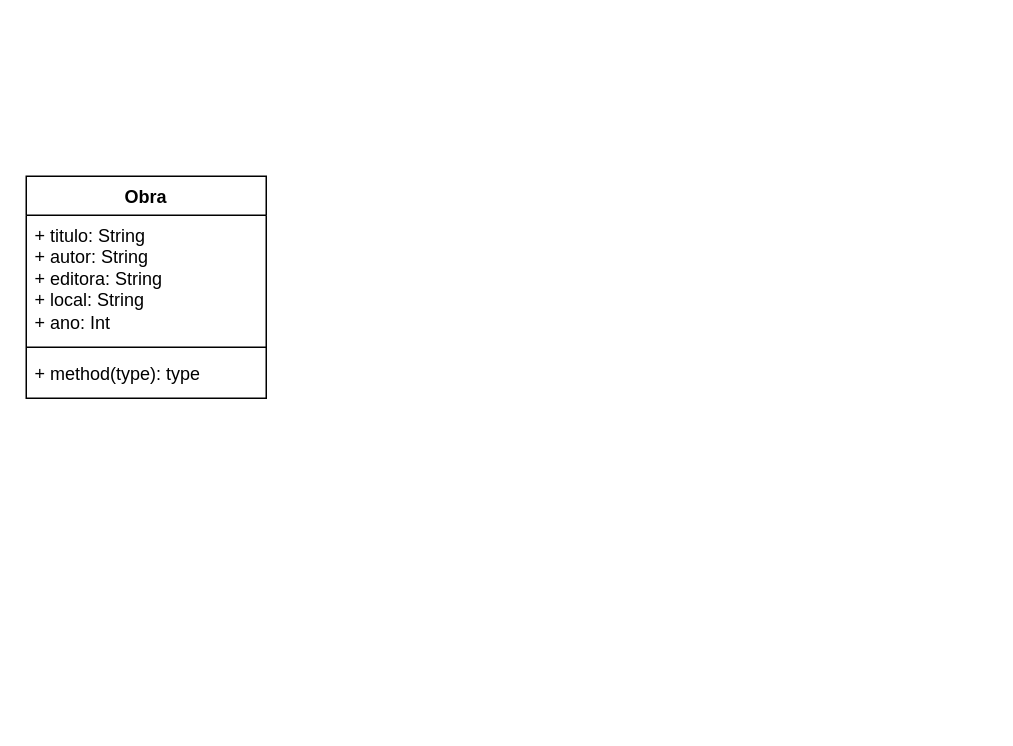
Earlier version of the draw.io diagram Diagrama2.drawio (NicolasEisfeld/Desen-Sistemas-EMI1). Source tidied: cells renumbered, new cells numbered last; positions are measured from the earlier drawing's top-left corner, leaving out a move shared by most shapes. Both pictures are drawn from the tidied source at 150%, with x=0, y=0 at pixel (26, 176).
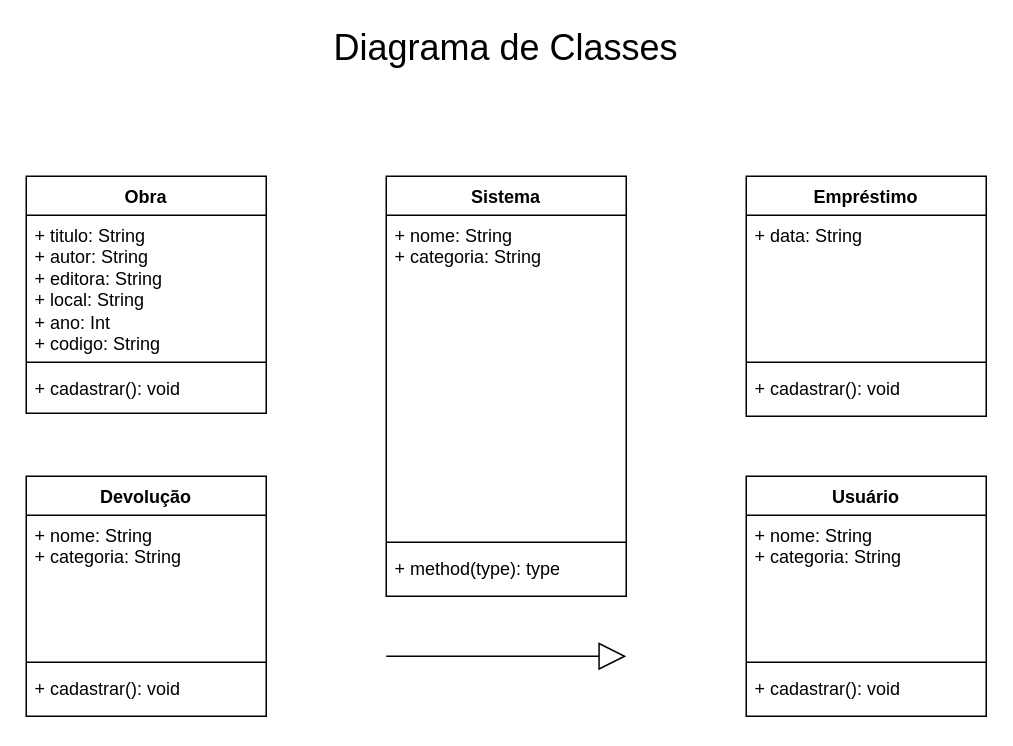
After the change.

What changed in the source:
```diff
@@
     <mxCell id="2" value="Obra" style="swimlane;fontStyle=1;align=center;verticalAlign=top;horizontal=1;startSize=26;whiteSpace=wrap;html=1;" parent="1" vertex="1">
-      <mxGeometry width="160" height="148" as="geometry" />
+      <mxGeometry width="160" height="158" as="geometry" />
     </mxCell>
-    <mxCell id="3" value="+ titulo: String&lt;div&gt;+ autor: String&lt;/div&gt;&lt;div&gt;+ editora: String&lt;/div&gt;&lt;div&gt;+ local: String&lt;/div&gt;&lt;div&gt;+ ano: Int&lt;br&gt;&lt;div&gt;&lt;br&gt;&lt;/div&gt;&lt;/div&gt;" style="text;strokeColor=none;fillColor=none;align=left;verticalAlign=top;spacingLeft=4;spacingRight=4;overflow=hidden;whiteSpace=wrap;html=1;" parent="2" vertex="1">
-      <mxGeometry y="26" width="160" height="84" as="geometry" />
+    <mxCell id="3" value="+ titulo: String&lt;div&gt;+ autor: String&lt;/div&gt;&lt;div&gt;+ editora: String&lt;/div&gt;&lt;div&gt;+ local: String&lt;/div&gt;&lt;div&gt;+ ano: Int&lt;/div&gt;&lt;div&gt;+ codigo: String&lt;br&gt;&lt;div&gt;&lt;br&gt;&lt;/div&gt;&lt;/div&gt;" style="text;strokeColor=none;fillColor=none;align=left;verticalAlign=top;spacingLeft=4;spacingRight=4;overflow=hidden;whiteSpace=wrap;html=1;" parent="2" vertex="1">
+      <mxGeometry y="26" width="160" height="94" as="geometry" />
     </mxCell>
     <mxCell id="4" style="line;strokeWidth=1;fillColor=none;align=left;verticalAlign=middle;spacingTop=-1;spacingLeft=3;spacingRight=3;labelPosition=right;strokeColor=inherit;" parent="2" vertex="1">
-      <mxGeometry y="110" width="160" height="8" as="geometry" />
+      <mxGeometry y="120" width="160" height="8" as="geometry" />
     </mxCell>
-    <mxCell id="5" value="+ method(type): type" style="text;strokeColor=none;fillColor=none;align=left;verticalAlign=top;spacingLeft=4;spacingRight=4;overflow=hidden;whiteSpace=wrap;html=1;" parent="2" vertex="1">
-      <mxGeometry y="118" width="160" height="30" as="geometry" />
+    <mxCell id="5" value="+ cadastrar(): void" style="text;strokeColor=none;fillColor=none;align=left;verticalAlign=top;spacingLeft=4;spacingRight=4;overflow=hidden;whiteSpace=wrap;html=1;" parent="2" vertex="1">
+      <mxGeometry y="128" width="160" height="30" as="geometry" />
     </mxCell>
+    <mxCell id="6" value="Usuário" style="swimlane;fontStyle=1;align=center;verticalAlign=top;horizontal=1;startSize=26;whiteSpace=wrap;html=1;" parent="1" vertex="1">
+      <mxGeometry x="480" y="200" width="160" height="160" as="geometry" />
+    </mxCell>
+    <mxCell id="7" value="+ nome: String&lt;div&gt;+ categoria: String&lt;/div&gt;" style="text;strokeColor=none;fillColor=none;align=left;verticalAlign=top;spacingLeft=4;spacingRight=4;overflow=hidden;whiteSpace=wrap;html=1;" parent="6" vertex="1">
+      <mxGeometry y="26" width="160" height="94" as="geometry" />
+    </mxCell>
+    <mxCell id="8" style="line;strokeWidth=1;fillColor=none;align=left;verticalAlign=middle;spacingTop=-1;spacingLeft=3;spacingRight=3;labelPosition=right;strokeColor=inherit;" parent="6" vertex="1">
+      <mxGeometry y="120" width="160" height="8" as="geometry" />
+    </mxCell>
+    <mxCell id="9" value="+ cadastrar(): void" style="text;strokeColor=none;fillColor=none;align=left;verticalAlign=top;spacingLeft=4;spacingRight=4;overflow=hidden;whiteSpace=wrap;html=1;" parent="6" vertex="1">
+      <mxGeometry y="128" width="160" height="32" as="geometry" />
+    </mxCell>
+    <mxCell id="10" value="Sistema" style="swimlane;fontStyle=1;align=center;verticalAlign=top;horizontal=1;startSize=26;whiteSpace=wrap;html=1;" parent="1" vertex="1">
+      <mxGeometry x="240" width="160" height="280" as="geometry" />
+    </mxCell>
+    <mxCell id="11" value="+ nome: String&lt;div&gt;+ categoria: String&lt;/div&gt;" style="text;strokeColor=none;fillColor=none;align=left;verticalAlign=top;spacingLeft=4;spacingRight=4;overflow=hidden;whiteSpace=wrap;html=1;" parent="10" vertex="1">
+      <mxGeometry y="26" width="160" height="214" as="geometry" />
+    </mxCell>
+    <mxCell id="12" style="line;strokeWidth=1;fillColor=none;align=left;verticalAlign=middle;spacingTop=-1;spacingLeft=3;spacingRight=3;labelPosition=right;strokeColor=inherit;" parent="10" vertex="1">
+      <mxGeometry y="240" width="160" height="8" as="geometry" />
+    </mxCell>
+    <mxCell id="13" value="+ method(type): type" style="text;strokeColor=none;fillColor=none;align=left;verticalAlign=top;spacingLeft=4;spacingRight=4;overflow=hidden;whiteSpace=wrap;html=1;" parent="10" vertex="1">
+      <mxGeometry y="248" width="160" height="32" as="geometry" />
+    </mxCell>
+    <mxCell id="14" value="Devolução" style="swimlane;fontStyle=1;align=center;verticalAlign=top;horizontal=1;startSize=26;whiteSpace=wrap;html=1;" parent="1" vertex="1">
+      <mxGeometry y="200" width="160" height="160" as="geometry" />
+    </mxCell>
+    <mxCell id="15" value="+ nome: String&lt;div&gt;+ categoria: String&lt;/div&gt;" style="text;strokeColor=none;fillColor=none;align=left;verticalAlign=top;spacingLeft=4;spacingRight=4;overflow=hidden;whiteSpace=wrap;html=1;" parent="14" vertex="1">
+      <mxGeometry y="26" width="160" height="94" as="geometry" />
+    </mxCell>
+    <mxCell id="16" style="line;strokeWidth=1;fillColor=none;align=left;verticalAlign=middle;spacingTop=-1;spacingLeft=3;spacingRight=3;labelPosition=right;strokeColor=inherit;" parent="14" vertex="1">
+      <mxGeometry y="120" width="160" height="8" as="geometry" />
+    </mxCell>
+    <mxCell id="17" value="+ cadastrar(): void" style="text;strokeColor=none;fillColor=none;align=left;verticalAlign=top;spacingLeft=4;spacingRight=4;overflow=hidden;whiteSpace=wrap;html=1;" parent="14" vertex="1">
+      <mxGeometry y="128" width="160" height="32" as="geometry" />
+    </mxCell>
+    <mxCell id="18" value="Empréstimo" style="swimlane;fontStyle=1;align=center;verticalAlign=top;horizontal=1;startSize=26;whiteSpace=wrap;html=1;" parent="1" vertex="1">
+      <mxGeometry x="480" width="160" height="160" as="geometry" />
+    </mxCell>
+    <mxCell id="19" value="+ data: String" style="text;strokeColor=none;fillColor=none;align=left;verticalAlign=top;spacingLeft=4;spacingRight=4;overflow=hidden;whiteSpace=wrap;html=1;" parent="18" vertex="1">
+      <mxGeometry y="26" width="160" height="94" as="geometry" />
+    </mxCell>
+    <mxCell id="20" style="line;strokeWidth=1;fillColor=none;align=left;verticalAlign=middle;spacingTop=-1;spacingLeft=3;spacingRight=3;labelPosition=right;strokeColor=inherit;" parent="18" vertex="1">
+      <mxGeometry y="120" width="160" height="8" as="geometry" />
+    </mxCell>
+    <mxCell id="21" value="+ cadastrar(): void" style="text;strokeColor=none;fillColor=none;align=left;verticalAlign=top;spacingLeft=4;spacingRight=4;overflow=hidden;whiteSpace=wrap;html=1;" parent="18" vertex="1">
+      <mxGeometry y="128" width="160" height="32" as="geometry" />
+    </mxCell>
+    <mxCell id="22" value="Diagrama de Classes" style="text;html=1;align=center;verticalAlign=middle;whiteSpace=wrap;rounded=0;fontSize=24;" parent="1" vertex="1">
+      <mxGeometry x="170" y="-100" width="300" height="30" as="geometry" />
+    </mxCell>
+    <mxCell id="23" style="endArrow=block;endSize=16;endFill=0;html=1;rounded=0;" parent="1" edge="1">
+      <mxGeometry relative="1" as="geometry">
+        <mxPoint x="240" y="320" as="sourcePoint" />
+        <mxPoint x="400" y="320" as="targetPoint" />
+      </mxGeometry>
+    </mxCell>
```
